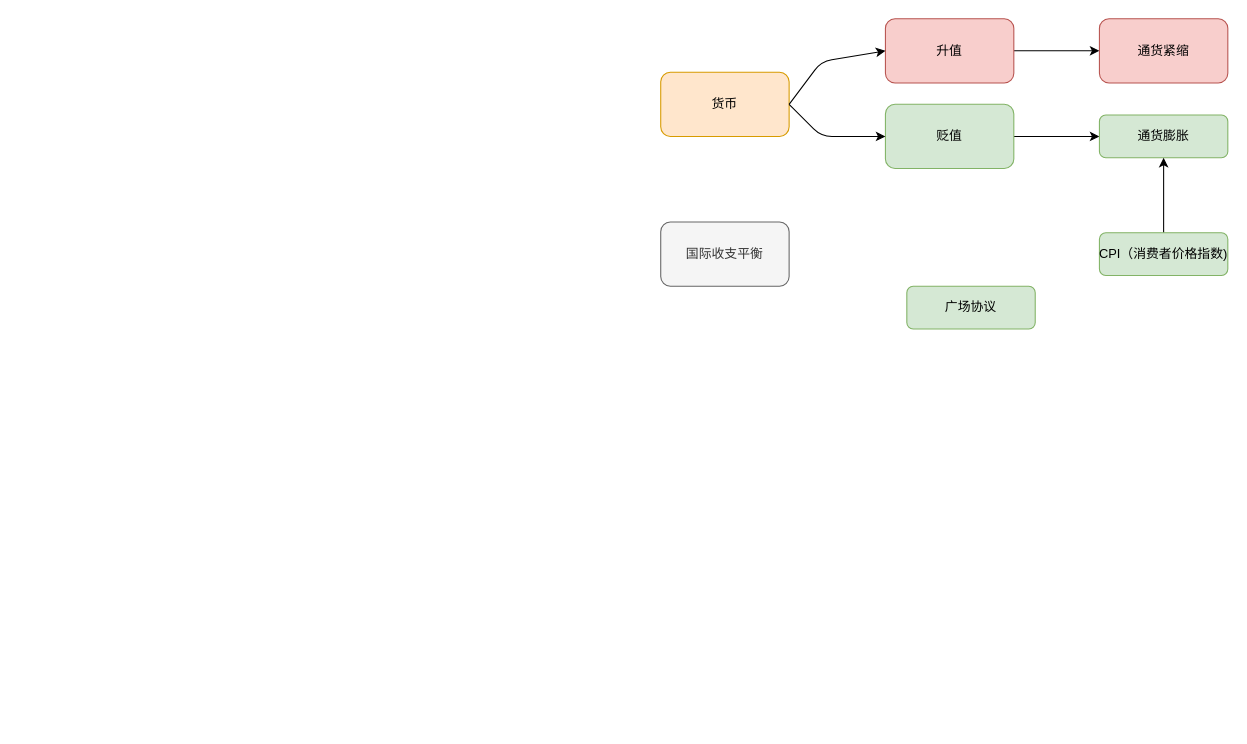
Above: page "1" (1 of 5) of assets/drawio/study.drawio in atanx/atanx.github.io (draw.io), before the change. Source tidied: cells renumbered, new cells numbered last; positions are measured from the earlier drawing's top-left corner, leaving out a move shared by most shapes. Both pictures are drawn from the tidied source at 107%, with x=0, y=0 at pixel (660, 18).
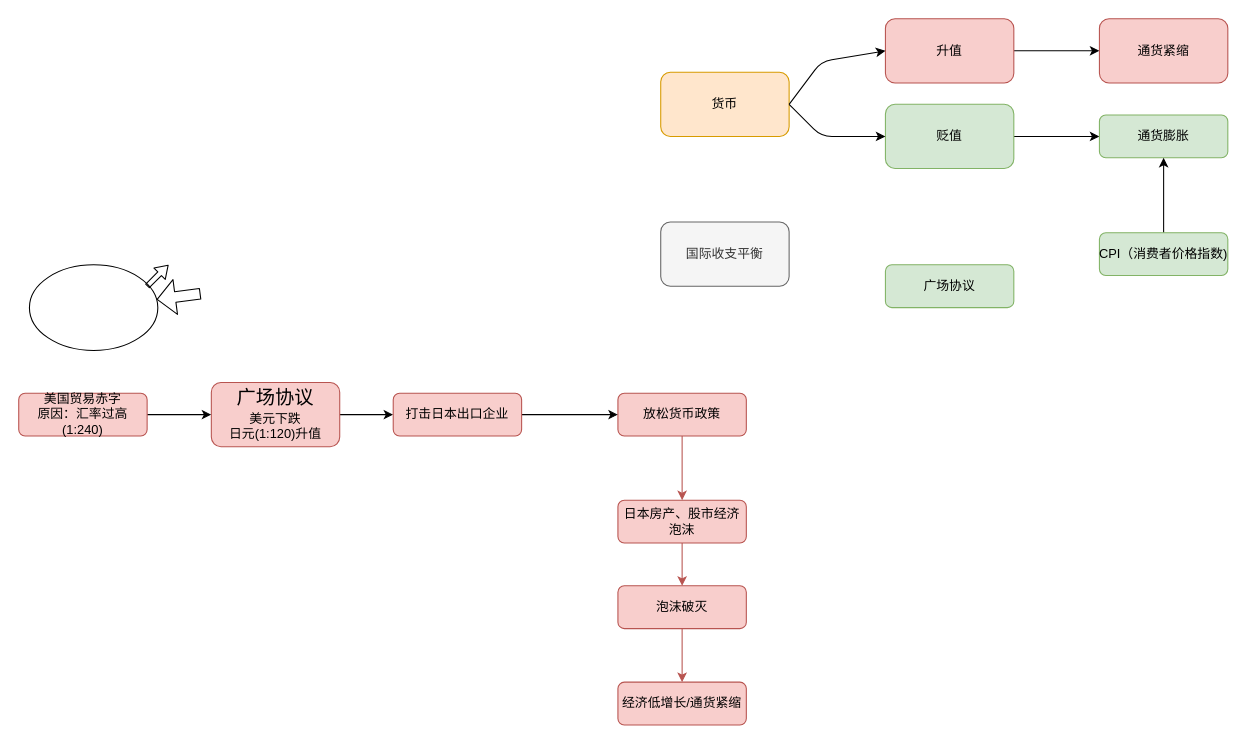
Above is the later version.

The edit, as a diff of the source:
```diff
@@
     <mxCell id="10" value="广场协议" style="rounded=1;whiteSpace=wrap;html=1;fillColor=#d5e8d4;strokeColor=#82b366;" parent="1" vertex="1">
-      <mxGeometry x="230" y="250" width="120" height="40" as="geometry" />
+      <mxGeometry x="210" y="230" width="120" height="40" as="geometry" />
     </mxCell>
@@
+    <mxCell id="15" style="edgeStyle=orthogonalEdgeStyle;rounded=0;jettySize=auto;html=1;fillColor=#f8cecc;strokeColor=#b85450;" parent="1" edge="1" source="16" target="18">
+      <mxGeometry relative="1" as="geometry" />
+    </mxCell>
+    <mxCell id="16" value="日本房产、股市经济泡沫" style="rounded=1;whiteSpace=wrap;html=1;fillColor=#f8cecc;strokeColor=#b85450;" parent="1" vertex="1">
+      <mxGeometry x="-40" y="450" width="120" height="40" as="geometry" />
+    </mxCell>
+    <mxCell id="17" style="edgeStyle=orthogonalEdgeStyle;rounded=0;jettySize=auto;html=1;fillColor=#f8cecc;strokeColor=#b85450;" parent="1" edge="1" source="18" target="19">
+      <mxGeometry relative="1" as="geometry" />
+    </mxCell>
+    <mxCell id="18" value="泡沫破灭" style="rounded=1;whiteSpace=wrap;html=1;fillColor=#f8cecc;strokeColor=#b85450;" parent="1" vertex="1">
+      <mxGeometry x="-40" y="530" width="120" height="40" as="geometry" />
+    </mxCell>
+    <mxCell id="19" value="经济低增长/通货紧缩" style="rounded=1;whiteSpace=wrap;html=1;fillColor=#f8cecc;strokeColor=#b85450;" parent="1" vertex="1">
+      <mxGeometry x="-40" y="620" width="120" height="40" as="geometry" />
+    </mxCell>
+    <mxCell id="20" style="edgeStyle=orthogonalEdgeStyle;rounded=0;jettySize=auto;html=1;exitX=0.5;exitY=1;exitDx=0;exitDy=0;fillColor=#f8cecc;strokeColor=#b85450;" parent="1" edge="1" source="21" target="16">
+      <mxGeometry relative="1" as="geometry" />
+    </mxCell>
+    <mxCell id="21" value="放松货币政策" style="rounded=1;whiteSpace=wrap;html=1;fillColor=#f8cecc;strokeColor=#b85450;" parent="1" vertex="1">
+      <mxGeometry x="-40" y="350" width="120" height="40" as="geometry" />
+    </mxCell>
+    <mxCell id="22" style="edgeStyle=orthogonalEdgeStyle;rounded=0;jettySize=auto;html=1;" parent="1" edge="1" source="23" target="25">
+      <mxGeometry relative="1" as="geometry" />
+    </mxCell>
+    <mxCell id="23" value="&lt;font style=&quot;font-size: 18px&quot;&gt;广场协议&lt;/font&gt;&lt;br&gt;美元下跌&lt;br&gt;日元(1:120)升值" style="rounded=1;whiteSpace=wrap;html=1;fillColor=#f8cecc;strokeColor=#b85450;" parent="1" vertex="1">
+      <mxGeometry x="-420" y="340" width="120" height="60" as="geometry" />
+    </mxCell>
+    <mxCell id="24" style="edgeStyle=orthogonalEdgeStyle;rounded=0;jettySize=auto;html=1;exitX=1;exitY=0.5;exitDx=0;exitDy=0;" parent="1" edge="1" source="25" target="21">
+      <mxGeometry relative="1" as="geometry" />
+    </mxCell>
+    <mxCell id="25" value="打击日本出口企业" style="rounded=1;whiteSpace=wrap;html=1;fillColor=#f8cecc;strokeColor=#b85450;" parent="1" vertex="1">
+      <mxGeometry x="-250" y="350" width="120" height="40" as="geometry" />
+    </mxCell>
+    <mxCell id="26" style="edgeStyle=orthogonalEdgeStyle;rounded=0;jettySize=auto;html=1;exitX=1;exitY=0.5;exitDx=0;exitDy=0;entryX=0;entryY=0.5;entryDx=0;entryDy=0;" parent="1" edge="1" source="27" target="23">
+      <mxGeometry relative="1" as="geometry" />
+    </mxCell>
+    <mxCell id="27" value="美国贸易赤字&lt;br&gt;原因：汇率过高(1:240)" style="rounded=1;whiteSpace=wrap;html=1;fillColor=#f8cecc;strokeColor=#b85450;" parent="1" vertex="1">
+      <mxGeometry x="-600" y="350" width="120" height="40" as="geometry" />
+    </mxCell>
+    <mxCell id="28" style="ellipse;whiteSpace=wrap;html=1;" parent="1" vertex="1">
+      <mxGeometry x="-590" y="230" width="120" height="80" as="geometry" />
+    </mxCell>
+    <mxCell id="29" style="shape=flexArrow;endArrow=classic;html=1;width=4.761904761904762;endSize=3.4238095238095236;endWidth=9.160997732426303;" parent="1" edge="1">
+      <mxGeometry relative="1" as="geometry">
+        <mxPoint x="-480" y="250" as="sourcePoint" />
+        <mxPoint x="-460" y="230" as="targetPoint" />
+      </mxGeometry>
+    </mxCell>
+    <mxCell id="30" style="shape=flexArrow;endArrow=classic;html=1;endWidth=21.666666666666668;endSize=5.344444444444444;" parent="1" edge="1" target="28">
+      <mxGeometry relative="1" as="geometry">
+        <mxPoint x="-430" y="257" as="sourcePoint" />
+      </mxGeometry>
+    </mxCell>
```
